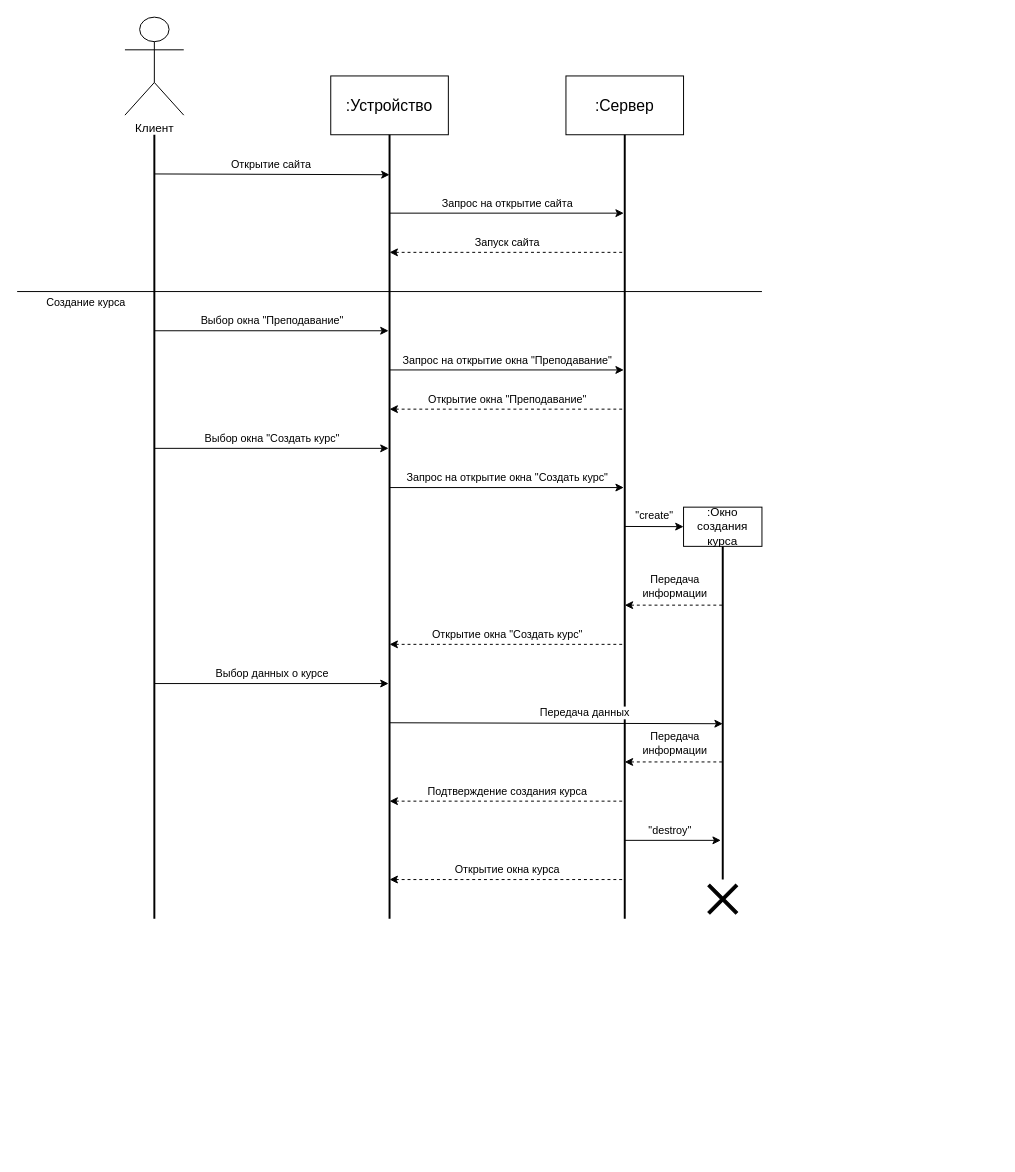
Above: page "SequenceCreate" (10 of 15) of Диаграммы/ДиграммыТЗ.drawio in bosonhiiggs/Music-Trainee (draw.io), before the change. Source tidied: cells renumbered, new cells numbered last; positions are measured from the earlier drawing's top-left corner, leaving out a move shared by most shapes. Both pictures are drawn from the tidied source at 98%, with x=0, y=0 at pixel (17, 17).
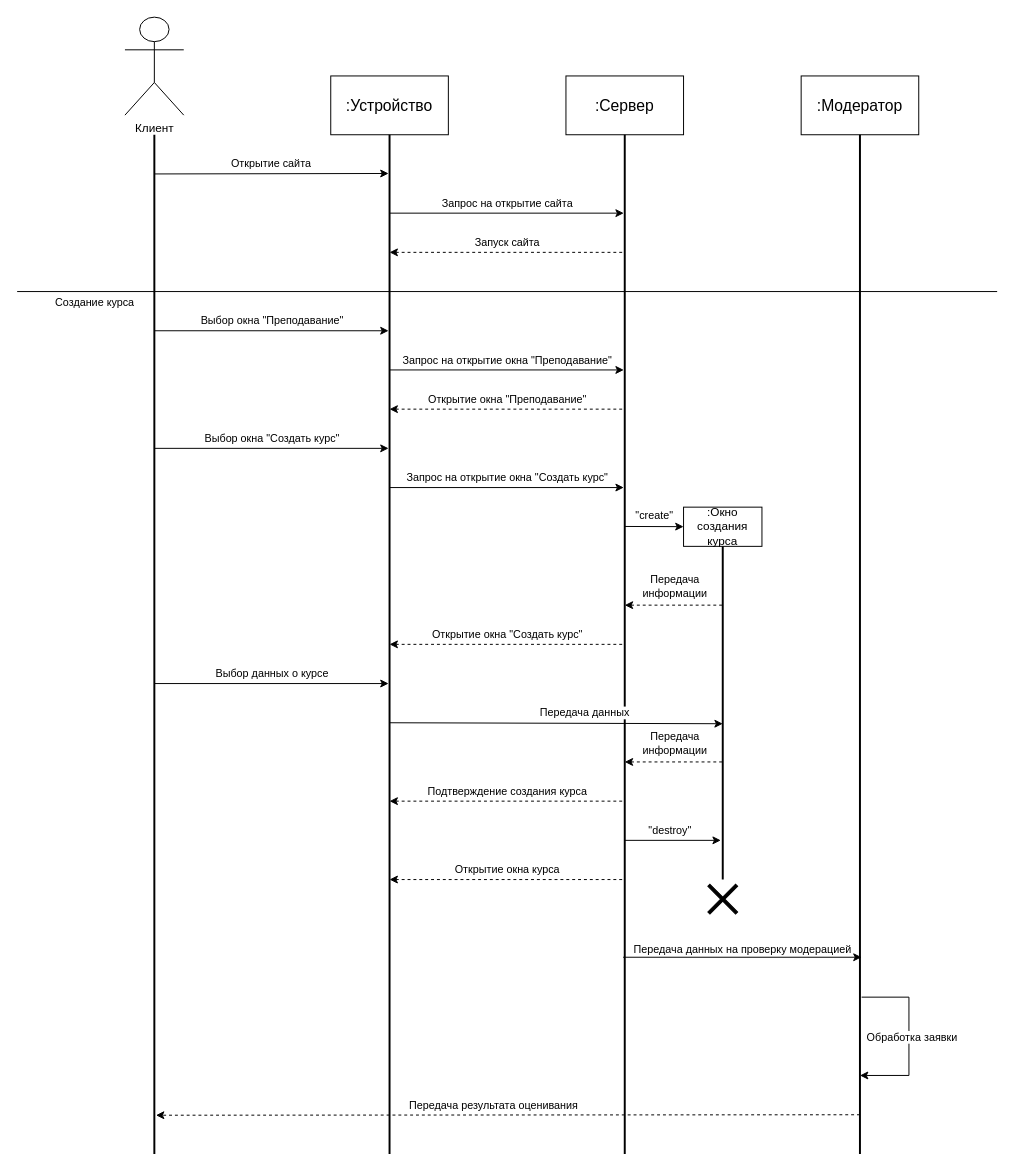
After the change.

Change to the diagram source:
```diff
@@
     <mxCell id="5" style="line;strokeWidth=2;direction=south;html=1;" parent="1" vertex="1">
-      <mxGeometry x="130" y="120" width="20" height="800" as="geometry" />
+      <mxGeometry x="130" y="120" width="20" height="1040" as="geometry" />
     </mxCell>
     <mxCell id="6" style="line;strokeWidth=2;direction=south;html=1;" parent="1" vertex="1">
-      <mxGeometry x="370" y="120" width="20" height="800" as="geometry" />
+      <mxGeometry x="370" y="120" width="20" height="1040" as="geometry" />
     </mxCell>
     <mxCell id="7" style="line;strokeWidth=2;direction=south;html=1;" parent="1" vertex="1">
-      <mxGeometry x="610" y="120" width="20" height="800" as="geometry" />
+      <mxGeometry x="610" y="120" width="20" height="1040" as="geometry" />
     </mxCell>
-    <mxCell id="8" style="endArrow=classic;html=1;rounded=0;entryX=0.051;entryY=0.5;entryDx=0;entryDy=0;entryPerimeter=0;" parent="1" edge="1" target="6">
+    <mxCell id="8" style="endArrow=classic;html=1;rounded=0;entryX=0.038;entryY=0.55;entryDx=0;entryDy=0;entryPerimeter=0;" parent="1" edge="1" target="6">
       <mxGeometry relative="1" as="geometry">
         <mxPoint x="140" y="160" as="sourcePoint" />
       </mxGeometry>
     </mxCell>
@@
     <mxCell id="14" style="endArrow=none;html=1;rounded=0;" parent="1" edge="1">
       <mxGeometry relative="1" as="geometry">
         <mxPoint y="280" as="sourcePoint" />
-        <mxPoint x="760" y="280" as="targetPoint" />
+        <mxPoint x="1000" y="280" as="targetPoint" />
       </mxGeometry>
     </mxCell>
     <mxCell id="15" value="Создание курса" style="edgeLabel;html=1;align=center;verticalAlign=middle;" parent="14" vertex="1">
       <mxGeometry x="-0.79" y="-3" relative="1" as="geometry">
-        <mxPoint x="-11" y="7" as="offset" />
+        <mxPoint x="-27" y="7" as="offset" />
       </mxGeometry>
     </mxCell>
@@
+    <mxCell id="47" value="&lt;font style=&quot;font-size: 16px;&quot;&gt;:Модератор&lt;/font&gt;" style="rounded=0;whiteSpace=wrap;html=1;" parent="1" vertex="1">
+      <mxGeometry x="800" y="60" width="120" height="60" as="geometry" />
+    </mxCell>
+    <mxCell id="48" style="line;strokeWidth=2;direction=south;html=1;" parent="1" vertex="1">
+      <mxGeometry x="850" y="120" width="20" height="1040" as="geometry" />
+    </mxCell>
+    <mxCell id="49" style="endArrow=classic;html=1;rounded=0;entryX=0.807;entryY=0.417;entryDx=0;entryDy=0;entryPerimeter=0;exitX=0.807;exitY=0.583;exitDx=0;exitDy=0;exitPerimeter=0;" parent="1" edge="1" source="7" target="48">
+      <mxGeometry relative="1" as="geometry" />
+    </mxCell>
+    <mxCell id="50" value="Передача данных на проверку модерацией" style="edgeLabel;html=1;align=center;verticalAlign=middle;" parent="49" vertex="1">
+      <mxGeometry x="-0.12" y="1" relative="1" as="geometry">
+        <mxPoint x="14" y="-8" as="offset" />
+      </mxGeometry>
+    </mxCell>
+    <mxCell id="51" style="endArrow=classic;html=1;rounded=0;exitX=0.847;exitY=0.458;exitDx=0;exitDy=0;exitPerimeter=0;edgeStyle=orthogonalEdgeStyle;entryX=0.923;entryY=0.5;entryDx=0;entryDy=0;entryPerimeter=0;" parent="1" edge="1" target="48">
+      <mxGeometry relative="1" as="geometry">
+        <mxPoint x="861.7" y="1000" as="sourcePoint" />
+        <Array as="points">
+          <mxPoint x="910" y="1000" />
+          <mxPoint x="910" y="1080" />
+        </Array>
+      </mxGeometry>
+    </mxCell>
+    <mxCell id="52" value="Обработка заявки" style="edgeLabel;html=1;align=center;verticalAlign=middle;" parent="51" vertex="1">
+      <mxGeometry y="2" relative="1" as="geometry" />
+    </mxCell>
+    <mxCell id="53" style="endArrow=classic;html=1;rounded=0;dashed=1;entryX=0.962;entryY=0.417;entryDx=0;entryDy=0;entryPerimeter=0;" parent="1" edge="1" target="5">
+      <mxGeometry relative="1" as="geometry">
+        <mxPoint x="860" y="1120" as="sourcePoint" />
+      </mxGeometry>
+    </mxCell>
+    <mxCell id="54" value="Передача результата оценивания" style="edgeLabel;html=1;align=center;verticalAlign=middle;" parent="53" vertex="1">
+      <mxGeometry x="0.04" y="1" relative="1" as="geometry">
+        <mxPoint x="-1" y="-11" as="offset" />
+      </mxGeometry>
+    </mxCell>
```
